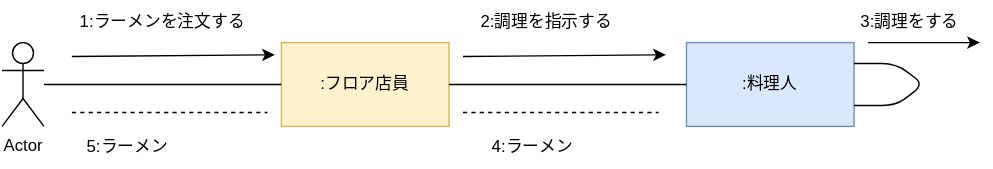
This is 例題5-1_ラーメン注文配膳.drawio.svg from hatakeyama12/uml-intro, a draw.io export, as it was before one commit. Source tidied: cells renumbered, new cells last; positions are measured from the earlier drawing's top-left corner, leaving out a move shared by most shapes.
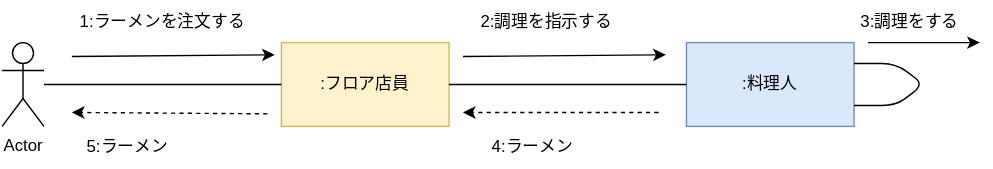
The same diagram one commit later.

Commit message:
例題５－１を修正

What changed in the source:
```diff
@@ -52,23 +52,29 @@
         </Array>
       </mxGeometry>
     </mxCell>
-    <mxCell id="14" style="endArrow=none;dashed=1;html=1;fontFamily=Helvetica;" parent="1" edge="1">
-      <mxGeometry relative="1" as="geometry">
-        <mxPoint x="330" y="80" as="sourcePoint" />
-        <mxPoint x="470" y="80" as="targetPoint" />
-      </mxGeometry>
-    </mxCell>
     <mxCell id="15" value="4:ラーメン" style="text;html=1;strokeColor=none;fillColor=none;align=center;verticalAlign=middle;whiteSpace=wrap;rounded=0;fontFamily=Helvetica;" parent="1" vertex="1">
       <mxGeometry x="340" y="90" width="80" height="30" as="geometry" />
     </mxCell>
-    <mxCell id="16" style="endArrow=none;dashed=1;html=1;fontFamily=Helvetica;" parent="1" edge="1">
-      <mxGeometry relative="1" as="geometry">
-        <mxPoint x="50" y="80" as="sourcePoint" />
-        <mxPoint x="190" y="80" as="targetPoint" />
-      </mxGeometry>
-    </mxCell>
     <mxCell id="17" value="5:ラーメン" style="text;html=1;strokeColor=none;fillColor=none;align=center;verticalAlign=middle;whiteSpace=wrap;rounded=0;fontFamily=Helvetica;" parent="1" vertex="1">
       <mxGeometry x="50" y="90" width="80" height="30" as="geometry" />
     </mxCell>
+    <mxCell id="18" style="endArrow=classic;html=1;fontFamily=Helvetica;strokeColor=none;" parent="1" edge="1">
+      <mxGeometry relative="1" as="geometry">
+        <mxPoint x="190" y="79" as="sourcePoint" />
+        <mxPoint x="40" y="79" as="targetPoint" />
+      </mxGeometry>
+    </mxCell>
+    <mxCell id="19" style="endArrow=classic;html=1;fontFamily=Helvetica;dashed=1;" parent="1" edge="1">
+      <mxGeometry relative="1" as="geometry">
+        <mxPoint x="190" y="81" as="sourcePoint" />
+        <mxPoint x="50" y="80" as="targetPoint" />
+      </mxGeometry>
+    </mxCell>
+    <mxCell id="20" style="endArrow=classic;html=1;fontFamily=Helvetica;dashed=1;" parent="1" edge="1">
+      <mxGeometry relative="1" as="geometry">
+        <mxPoint x="470" y="80" as="sourcePoint" />
+        <mxPoint x="330" y="80" as="targetPoint" />
+      </mxGeometry>
+    </mxCell>
   </root>
 </mxGraphModel>
```
